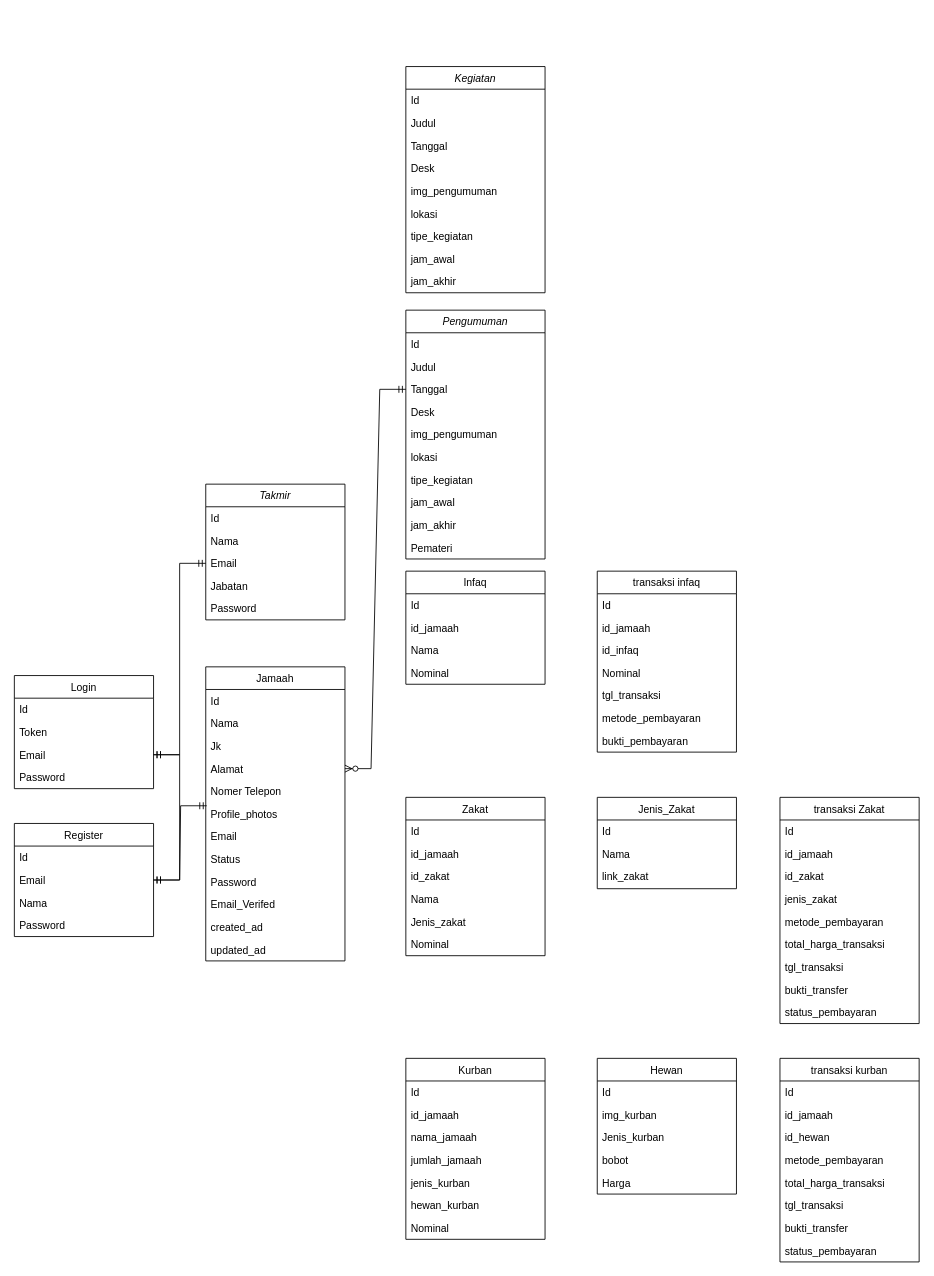
Above: diagramMasjid.drawio in yudhawahyup27/Data (draw.io), before the change. Source tidied: cells renumbered, new cells numbered last; positions are measured from the earlier drawing's top-left corner, leaving out a move shared by most shapes. Both pictures are drawn from the tidied source at 87%, with x=0, y=0 at pixel (14, 66).
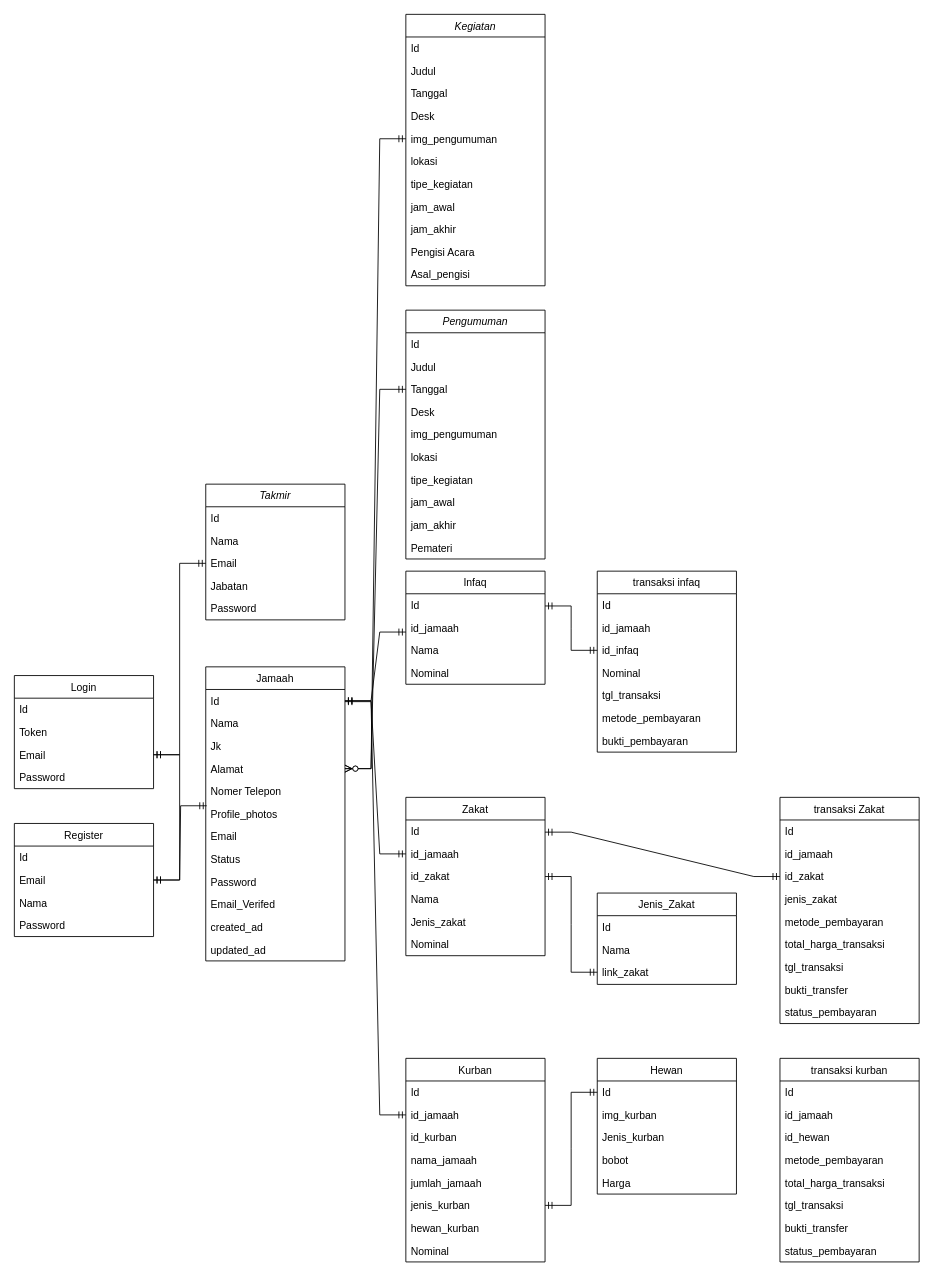
After the change.

Unchanged cells that the change refers to:
```xml
<mxCell id="9" value="Id" style="text;align=left;verticalAlign=top;spacingLeft=4;spacingRight=4;overflow=hidden;points=[[0,0.5],[1,0.5]];portConstraint=eastwest;" parent="8" vertex="1">
  <mxGeometry y="26" width="160" height="26" as="geometry" />
</mxCell>
<mxCell id="12" value="Alamat" style="text;align=left;verticalAlign=top;spacingLeft=4;spacingRight=4;overflow=hidden;points=[[0,0.5],[1,0.5]];portConstraint=eastwest;" parent="8" vertex="1">
  <mxGeometry y="104" width="160" height="26" as="geometry" />
</mxCell>
<mxCell id="28" value="id_jamaah" style="text;align=left;verticalAlign=top;spacingLeft=4;spacingRight=4;overflow=hidden;points=[[0,0.5],[1,0.5]];portConstraint=eastwest;" parent="26" vertex="1">
  <mxGeometry y="52" width="160" height="26" as="geometry" />
</mxCell>
<mxCell id="29" value="id_zakat" style="text;align=left;verticalAlign=top;spacingLeft=4;spacingRight=4;overflow=hidden;points=[[0,0.5],[1,0.5]];portConstraint=eastwest;" parent="26" vertex="1">
  <mxGeometry y="78" width="160" height="26" as="geometry" />
</mxCell>
<mxCell id="46" value="link_zakat" style="text;align=left;verticalAlign=top;spacingLeft=4;spacingRight=4;overflow=hidden;points=[[0,0.5],[1,0.5]];portConstraint=eastwest;" parent="43" vertex="1">
  <mxGeometry y="78" width="160" height="26" as="geometry" />
</mxCell>
<mxCell id="49" value="id_jamaah" style="text;align=left;verticalAlign=top;spacingLeft=4;spacingRight=4;overflow=hidden;points=[[0,0.5],[1,0.5]];portConstraint=eastwest;" parent="47" vertex="1">
  <mxGeometry y="52" width="160" height="26" as="geometry" />
</mxCell>
<mxCell id="67" value="Id" style="text;align=left;verticalAlign=top;spacingLeft=4;spacingRight=4;overflow=hidden;points=[[0,0.5],[1,0.5]];portConstraint=eastwest;" parent="66" vertex="1">
  <mxGeometry y="26" width="160" height="26" as="geometry" />
</mxCell>
<mxCell id="84" value="id_zakat" style="text;align=left;verticalAlign=top;spacingLeft=4;spacingRight=4;overflow=hidden;points=[[0,0.5],[1,0.5]];portConstraint=eastwest;" parent="81" vertex="1">
  <mxGeometry y="78" width="160" height="26" as="geometry" />
</mxCell>
<mxCell id="98" value="id_infaq" style="text;align=left;verticalAlign=top;spacingLeft=4;spacingRight=4;overflow=hidden;points=[[0,0.5],[1,0.5]];portConstraint=eastwest;" parent="95" vertex="1">
  <mxGeometry y="78" width="160" height="26" as="geometry" />
</mxCell>
<mxCell id="108" value="img_pengumuman" style="text;align=left;verticalAlign=top;spacingLeft=4;spacingRight=4;overflow=hidden;points=[[0,0.5],[1,0.5]];portConstraint=eastwest;rounded=0;shadow=0;html=0;" parent="103" vertex="1">
  <mxGeometry y="130" width="160" height="26" as="geometry" />
</mxCell>
```

Change to the diagram source:
```diff
@@
     <mxCell id="43" value="Jenis_Zakat" style="swimlane;fontStyle=0;align=center;verticalAlign=top;horizontal=1;startSize=26;rounded=0;shadow=0;strokeWidth=1;" parent="1" vertex="1">
-      <mxGeometry x="670" y="840" width="160" height="105" as="geometry" />
+      <mxGeometry x="670" y="950" width="160" height="105" as="geometry" />
     </mxCell>
@@
     <mxCell id="47" value="Kurban&#10;" style="swimlane;fontStyle=0;align=center;verticalAlign=top;horizontal=1;startSize=26;rounded=0;shadow=0;strokeWidth=1;" parent="1" vertex="1">
-      <mxGeometry x="450" y="1140" width="160" height="208" as="geometry" />
+      <mxGeometry x="450" y="1140" width="160" height="234" as="geometry" />
     </mxCell>
@@
+    <mxCell id="113" value="id_kurban" style="text;align=left;verticalAlign=top;spacingLeft=4;spacingRight=4;overflow=hidden;" parent="47" vertex="1">
+      <mxGeometry y="78" width="160" height="26" as="geometry" />
+    </mxCell>
     <mxCell id="50" value="nama_jamaah" style="text;align=left;verticalAlign=top;spacingLeft=4;spacingRight=4;overflow=hidden;" parent="47" vertex="1">
-      <mxGeometry y="78" width="160" height="26" as="geometry" />
+      <mxGeometry y="104" width="160" height="26" as="geometry" />
     </mxCell>
     <mxCell id="51" value="jumlah_jamaah&#10;&#10;" style="text;align=left;verticalAlign=top;spacingLeft=4;spacingRight=4;overflow=hidden;" parent="47" vertex="1">
-      <mxGeometry y="104" width="160" height="26" as="geometry" />
+      <mxGeometry y="130" width="160" height="26" as="geometry" />
     </mxCell>
     <mxCell id="52" value="jenis_kurban" style="text;align=left;verticalAlign=top;spacingLeft=4;spacingRight=4;overflow=hidden;points=[[0,0.5],[1,0.5]];portConstraint=eastwest;" parent="47" vertex="1">
-      <mxGeometry y="130" width="160" height="26" as="geometry" />
+      <mxGeometry y="156" width="160" height="26" as="geometry" />
     </mxCell>
     <mxCell id="53" value="hewan_kurban" style="text;align=left;verticalAlign=top;spacingLeft=4;spacingRight=4;overflow=hidden;" parent="47" vertex="1">
-      <mxGeometry y="156" width="160" height="26" as="geometry" />
+      <mxGeometry y="182" width="160" height="26" as="geometry" />
     </mxCell>
     <mxCell id="54" value="Nominal" style="text;align=left;verticalAlign=top;spacingLeft=4;spacingRight=4;overflow=hidden;" parent="47" vertex="1">
-      <mxGeometry y="182" width="160" height="26" as="geometry" />
+      <mxGeometry y="208" width="160" height="26" as="geometry" />
     </mxCell>
@@
     <mxCell id="103" value="Kegiatan&#10;" style="swimlane;fontStyle=2;align=center;verticalAlign=top;horizontal=1;startSize=26;rounded=0;shadow=0;strokeWidth=1;" parent="1" vertex="1">
-      <mxGeometry x="450" width="160" height="260" as="geometry" />
+      <mxGeometry x="450" y="-60" width="160" height="312" as="geometry" />
     </mxCell>
@@
+    <mxCell id="114" value="Pengisi Acara" style="text;align=left;verticalAlign=top;spacingLeft=4;spacingRight=4;overflow=hidden;rounded=0;shadow=0;html=0;" parent="103" vertex="1">
+      <mxGeometry y="260" width="160" height="26" as="geometry" />
+    </mxCell>
+    <mxCell id="115" value="Asal_pengisi" style="text;align=left;verticalAlign=top;spacingLeft=4;spacingRight=4;overflow=hidden;rounded=0;shadow=0;html=0;" parent="103" vertex="1">
+      <mxGeometry y="286" width="160" height="26" as="geometry" />
+    </mxCell>
+    <mxCell id="116" style="edgeStyle=entityRelationEdgeStyle;fontSize=12;html=1;endArrow=ERzeroToMany;startArrow=ERmandOne;rounded=0;entryX=1;entryY=0.5;entryDx=0;entryDy=0;exitX=0;exitY=0.5;exitDx=0;exitDy=0;" parent="1" edge="1" source="108" target="12">
+      <mxGeometry relative="1" as="geometry" />
+    </mxCell>
+    <mxCell id="117" style="edgeStyle=entityRelationEdgeStyle;fontSize=12;html=1;endArrow=ERmandOne;startArrow=ERmandOne;rounded=0;exitX=1;exitY=0.5;exitDx=0;exitDy=0;" parent="1" edge="1" source="9">
+      <mxGeometry relative="1" as="geometry">
+        <mxPoint x="450" y="650" as="targetPoint" />
+      </mxGeometry>
+    </mxCell>
+    <mxCell id="118" style="edgeStyle=entityRelationEdgeStyle;fontSize=12;html=1;endArrow=ERmandOne;startArrow=ERmandOne;rounded=0;entryX=0;entryY=0.5;entryDx=0;entryDy=0;" parent="1" edge="1" target="28">
+      <mxGeometry relative="1" as="geometry">
+        <mxPoint x="380" y="730" as="sourcePoint" />
+      </mxGeometry>
+    </mxCell>
+    <mxCell id="119" style="edgeStyle=entityRelationEdgeStyle;fontSize=12;html=1;endArrow=ERmandOne;startArrow=ERmandOne;rounded=0;entryX=0;entryY=0.5;entryDx=0;entryDy=0;exitX=1;exitY=0.5;exitDx=0;exitDy=0;" parent="1" edge="1" source="9" target="49">
+      <mxGeometry relative="1" as="geometry" />
+    </mxCell>
+    <mxCell id="120" style="edgeStyle=entityRelationEdgeStyle;fontSize=12;html=1;endArrow=ERmandOne;startArrow=ERmandOne;rounded=0;entryX=0;entryY=0.5;entryDx=0;entryDy=0;" parent="1" edge="1" target="98">
+      <mxGeometry relative="1" as="geometry">
+        <mxPoint x="610" y="620" as="sourcePoint" />
+      </mxGeometry>
+    </mxCell>
+    <mxCell id="121" style="edgeStyle=entityRelationEdgeStyle;fontSize=12;html=1;endArrow=ERmandOne;startArrow=ERmandOne;rounded=0;exitX=1;exitY=0.5;exitDx=0;exitDy=0;entryX=0;entryY=0.5;entryDx=0;entryDy=0;" parent="1" edge="1" source="29" target="46">
+      <mxGeometry relative="1" as="geometry">
+        <Array as="points">
+          <mxPoint x="630" y="1000" />
+        </Array>
+      </mxGeometry>
+    </mxCell>
+    <mxCell id="122" style="edgeStyle=entityRelationEdgeStyle;fontSize=12;html=1;endArrow=ERmandOne;startArrow=ERmandOne;rounded=0;entryX=0;entryY=0.5;entryDx=0;entryDy=0;" parent="1" edge="1" target="84">
+      <mxGeometry relative="1" as="geometry">
+        <mxPoint x="610" y="880" as="sourcePoint" />
+        <Array as="points">
+          <mxPoint x="640" y="1010" />
+        </Array>
+      </mxGeometry>
+    </mxCell>
+    <mxCell id="123" style="edgeStyle=entityRelationEdgeStyle;fontSize=12;html=1;endArrow=ERmandOne;startArrow=ERmandOne;rounded=0;entryX=0;entryY=0.5;entryDx=0;entryDy=0;exitX=1;exitY=0.5;exitDx=0;exitDy=0;" parent="1" edge="1" source="52" target="67">
+      <mxGeometry relative="1" as="geometry">
+        <Array as="points">
+          <mxPoint x="630" y="1335.5" />
+        </Array>
+      </mxGeometry>
+    </mxCell>
```
